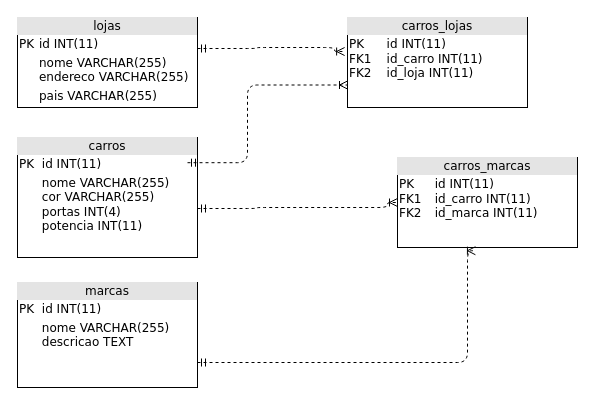
This is MODULO3/Concessionaria.drawio from MetzkerDeveloper/academia_indiana, a draw.io file, before an edit. Source tidied: cells renumbered, new cells numbered last; positions are measured from the earlier drawing's top-left corner, leaving out a move shared by most shapes. Both pictures are drawn from the tidied source at 100%, with x=0, y=0 at pixel (17, 17).
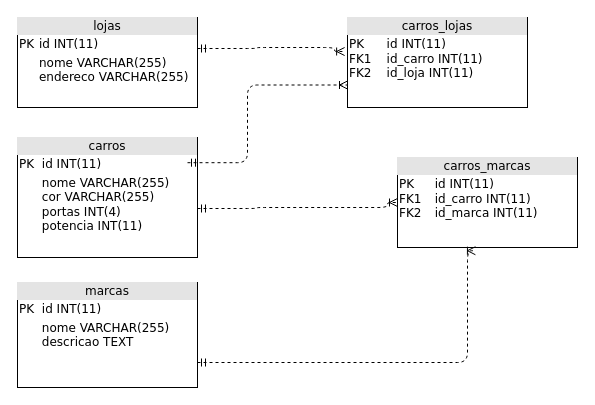
The same page after the edit.

The edit, as a diff of the source:
```diff
@@
 <mxGraphModel>
   <root>
     <mxCell id="0" />
     <mxCell id="1" parent="0" />
-    <mxCell id="2" value="&lt;div style=&quot;text-align: center; box-sizing: border-box; width: 100%; background: rgb(228, 228, 228); padding: 2px;&quot;&gt;lojas&lt;/div&gt;&lt;table style=&quot;width:100%;font-size:1em;&quot; cellpadding=&quot;2&quot; cellspacing=&quot;0&quot;&gt;&lt;tbody&gt;&lt;tr&gt;&lt;td&gt;PK&lt;/td&gt;&lt;td&gt;id INT(11)&lt;br&gt;&lt;/td&gt;&lt;/tr&gt;&lt;tr&gt;&lt;td&gt;&lt;br&gt;&lt;/td&gt;&lt;td&gt;nome VARCHAR(255)&lt;br&gt;endereco VARCHAR(255)&lt;/td&gt;&lt;/tr&gt;&lt;tr&gt;&lt;td&gt;&lt;/td&gt;&lt;td&gt;pais VARCHAR(255)&lt;/td&gt;&lt;/tr&gt;&lt;/tbody&gt;&lt;/table&gt;" style="verticalAlign=top;align=left;overflow=fill;html=1;rounded=0;shadow=0;comic=0;labelBackgroundColor=none;strokeWidth=1;fontFamily=Verdana;fontSize=12;" parent="1" vertex="1">
+    <mxCell id="2" value="&lt;div style=&quot;text-align: center; box-sizing: border-box; width: 100%; background: rgb(228, 228, 228); padding: 2px;&quot;&gt;lojas&lt;/div&gt;&lt;table style=&quot;width:100%;font-size:1em;&quot; cellpadding=&quot;2&quot; cellspacing=&quot;0&quot;&gt;&lt;tbody&gt;&lt;tr&gt;&lt;td&gt;PK&lt;/td&gt;&lt;td&gt;id INT(11)&lt;br&gt;&lt;/td&gt;&lt;/tr&gt;&lt;tr&gt;&lt;td&gt;&lt;br&gt;&lt;/td&gt;&lt;td&gt;nome VARCHAR(255)&lt;br&gt;endereco VARCHAR(255)&lt;/td&gt;&lt;/tr&gt;&lt;tr&gt;&lt;td&gt;&lt;/td&gt;&lt;td&gt;&lt;br&gt;&lt;/td&gt;&lt;/tr&gt;&lt;/tbody&gt;&lt;/table&gt;" style="verticalAlign=top;align=left;overflow=fill;html=1;rounded=0;shadow=0;comic=0;labelBackgroundColor=none;strokeWidth=1;fontFamily=Verdana;fontSize=12;" parent="1" vertex="1">
       <mxGeometry width="180" height="90" as="geometry" />
     </mxCell>
     <mxCell id="3" value="&lt;div style=&quot;text-align: center; box-sizing: border-box; width: 100%; background: rgb(228, 228, 228); padding: 2px;&quot;&gt;carros&lt;/div&gt;&lt;table style=&quot;width:100%;font-size:1em;&quot; cellpadding=&quot;2&quot; cellspacing=&quot;0&quot;&gt;&lt;tbody&gt;&lt;tr&gt;&lt;td&gt;PK&lt;/td&gt;&lt;td&gt;id INT(11)&lt;br&gt;&lt;/td&gt;&lt;/tr&gt;&lt;tr&gt;&lt;td&gt;&lt;br&gt;&lt;/td&gt;&lt;td&gt;nome VARCHAR(255)&lt;br&gt;cor VARCHAR(255)&lt;br&gt;portas INT(4)&lt;br&gt;potencia INT(11)&lt;br&gt;&lt;br&gt;&lt;br&gt;&lt;/td&gt;&lt;/tr&gt;&lt;tr&gt;&lt;td&gt;&lt;/td&gt;&lt;td&gt;&lt;br&gt;&lt;/td&gt;&lt;/tr&gt;&lt;/tbody&gt;&lt;/table&gt;" style="verticalAlign=top;align=left;overflow=fill;html=1;rounded=0;shadow=0;comic=0;labelBackgroundColor=none;strokeWidth=1;fontFamily=Verdana;fontSize=12;" parent="1" vertex="1">
       <mxGeometry y="120" width="180" height="120" as="geometry" />
     </mxCell>
     <mxCell id="4" value="&lt;div style=&quot;text-align: center; box-sizing: border-box; width: 100%; background: rgb(228, 228, 228); padding: 2px;&quot;&gt;marcas&lt;/div&gt;&lt;table style=&quot;width:100%;font-size:1em;&quot; cellpadding=&quot;2&quot; cellspacing=&quot;0&quot;&gt;&lt;tbody&gt;&lt;tr&gt;&lt;td&gt;PK&lt;/td&gt;&lt;td&gt;id INT(11)&lt;br&gt;&lt;/td&gt;&lt;/tr&gt;&lt;tr&gt;&lt;td&gt;&lt;br&gt;&lt;/td&gt;&lt;td&gt;nome VARCHAR(255)&lt;br&gt;descricao TEXT&lt;br&gt;&lt;br&gt;&lt;br&gt;&lt;/td&gt;&lt;/tr&gt;&lt;tr&gt;&lt;td&gt;&lt;/td&gt;&lt;td&gt;&lt;br&gt;&lt;/td&gt;&lt;/tr&gt;&lt;/tbody&gt;&lt;/table&gt;" style="verticalAlign=top;align=left;overflow=fill;html=1;rounded=0;shadow=0;comic=0;labelBackgroundColor=none;strokeWidth=1;fontFamily=Verdana;fontSize=12;" parent="1" vertex="1">
       <mxGeometry y="265" width="180" height="105" as="geometry" />
     </mxCell>
     <mxCell id="5" value="&lt;div style=&quot;text-align: center; box-sizing: border-box; width: 100%; background: rgb(228, 228, 228); padding: 2px;&quot;&gt;carros_marcas&lt;/div&gt;&lt;table style=&quot;width: 100% ; font-size: 1em&quot; cellpadding=&quot;2&quot; cellspacing=&quot;0&quot;&gt;&lt;tbody&gt;&lt;tr&gt;&lt;td&gt;PK&lt;br&gt;FK1&lt;br&gt;FK2&lt;br&gt;&lt;/td&gt;&lt;td&gt;id INT(11)&lt;br&gt;id_carro INT(11)&lt;br&gt;id_marca INT(11)&lt;/td&gt;&lt;/tr&gt;&lt;tr&gt;&lt;td&gt;&lt;br&gt;&lt;/td&gt;&lt;td&gt;&lt;br&gt;&lt;/td&gt;&lt;/tr&gt;&lt;tr&gt;&lt;td&gt;&lt;/td&gt;&lt;td&gt;&lt;br&gt;&lt;/td&gt;&lt;/tr&gt;&lt;tr&gt;&lt;td&gt;&lt;br&gt;&lt;/td&gt;&lt;td&gt;&lt;br&gt;&lt;/td&gt;&lt;/tr&gt;&lt;/tbody&gt;&lt;/table&gt;" style="verticalAlign=top;align=left;overflow=fill;html=1;rounded=0;shadow=0;comic=0;labelBackgroundColor=none;strokeWidth=1;fontFamily=Verdana;fontSize=12;" parent="1" vertex="1">
       <mxGeometry x="380" y="140" width="180" height="90" as="geometry" />
     </mxCell>
     <mxCell id="6" style="edgeStyle=orthogonalEdgeStyle;html=1;dashed=1;labelBackgroundColor=none;startArrow=ERmandOne;endArrow=ERoneToMany;fontFamily=Verdana;fontSize=12;align=left;entryX=0.433;entryY=1.036;entryDx=0;entryDy=0;exitX=1;exitY=0.5;exitDx=0;exitDy=0;entryPerimeter=0;" parent="1" edge="1" target="5">
       <mxGeometry relative="1" as="geometry">
         <mxPoint x="180" y="345" as="sourcePoint" />
         <Array as="points">
           <mxPoint x="450" y="345" />
           <mxPoint x="450" y="233" />
         </Array>
       </mxGeometry>
     </mxCell>
     <mxCell id="7" value="&lt;div style=&quot;text-align: center; box-sizing: border-box; width: 100%; background: rgb(228, 228, 228); padding: 2px;&quot;&gt;carros_lojas&lt;/div&gt;&lt;table style=&quot;width: 100% ; font-size: 1em&quot; cellpadding=&quot;2&quot; cellspacing=&quot;0&quot;&gt;&lt;tbody&gt;&lt;tr&gt;&lt;td&gt;PK&lt;br&gt;FK1&lt;br&gt;FK2&lt;br&gt;&lt;/td&gt;&lt;td&gt;id INT(11)&lt;br&gt;id_carro INT(11)&lt;br&gt;id_loja INT(11)&lt;/td&gt;&lt;/tr&gt;&lt;tr&gt;&lt;td&gt;&lt;br&gt;&lt;/td&gt;&lt;td&gt;&lt;br&gt;&lt;/td&gt;&lt;/tr&gt;&lt;tr&gt;&lt;td&gt;&lt;/td&gt;&lt;td&gt;&lt;br&gt;&lt;/td&gt;&lt;/tr&gt;&lt;tr&gt;&lt;td&gt;&lt;br&gt;&lt;/td&gt;&lt;td&gt;&lt;br&gt;&lt;/td&gt;&lt;/tr&gt;&lt;/tbody&gt;&lt;/table&gt;" style="verticalAlign=top;align=left;overflow=fill;html=1;rounded=0;shadow=0;comic=0;labelBackgroundColor=none;strokeWidth=1;fontFamily=Verdana;fontSize=12;" parent="1" vertex="1">
       <mxGeometry x="330" width="180" height="90" as="geometry" />
     </mxCell>
     <mxCell id="8" style="edgeStyle=orthogonalEdgeStyle;html=1;dashed=1;labelBackgroundColor=none;startArrow=ERmandOne;endArrow=ERoneToMany;fontFamily=Verdana;fontSize=12;align=left;exitX=1;exitY=0.5;exitDx=0;exitDy=0;entryX=0;entryY=0.75;entryDx=0;entryDy=0;" parent="1" edge="1" target="7">
       <mxGeometry relative="1" as="geometry">
         <mxPoint x="170" y="145.2" as="sourcePoint" />
         <Array as="points">
           <mxPoint x="230" y="145" />
           <mxPoint x="230" y="68" />
         </Array>
       </mxGeometry>
     </mxCell>
     <mxCell id="9" style="edgeStyle=orthogonalEdgeStyle;html=1;dashed=1;labelBackgroundColor=none;startArrow=ERmandOne;endArrow=ERoneToMany;fontFamily=Verdana;fontSize=12;align=left;exitX=1;exitY=0.5;exitDx=0;exitDy=0;entryX=-0.016;entryY=0.378;entryDx=0;entryDy=0;entryPerimeter=0;" parent="1" edge="1" target="7">
       <mxGeometry relative="1" as="geometry">
         <mxPoint x="180" y="31" as="sourcePoint" />
         <Array as="points">
           <mxPoint x="240" y="31" />
           <mxPoint x="240" y="30" />
           <mxPoint x="317" y="30" />
         </Array>
       </mxGeometry>
     </mxCell>
     <mxCell id="10" style="edgeStyle=orthogonalEdgeStyle;html=1;dashed=1;labelBackgroundColor=none;startArrow=ERmandOne;endArrow=ERoneToMany;fontFamily=Verdana;fontSize=12;align=left;exitX=1;exitY=0.5;exitDx=0;exitDy=0;entryX=0;entryY=0.5;entryDx=0;entryDy=0;" parent="1" edge="1" target="5">
       <mxGeometry relative="1" as="geometry">
         <mxPoint x="180" y="191" as="sourcePoint" />
         <Array as="points">
           <mxPoint x="240" y="191" />
           <mxPoint x="240" y="190" />
           <mxPoint x="370" y="190" />
         </Array>
       </mxGeometry>
     </mxCell>
   </root>
 </mxGraphModel>
```
